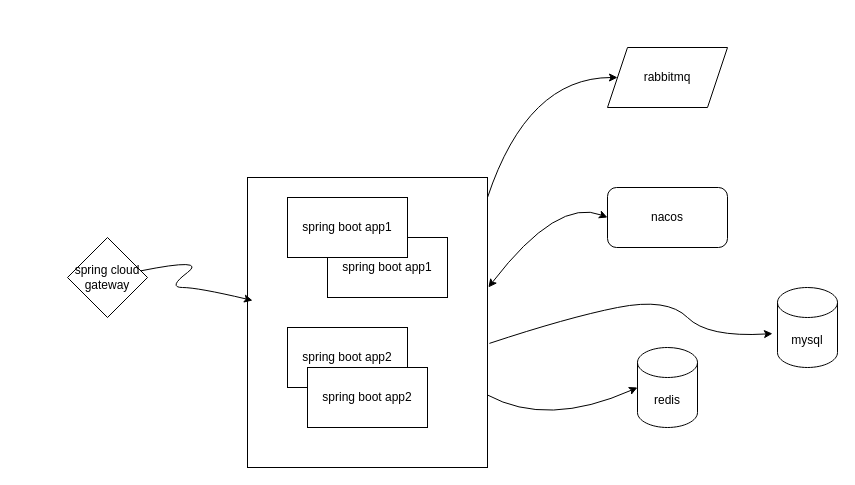
Earlier version of the draw.io diagram docs/分布式微服务架构.drawio (exception-coder/job-interview-log). Source tidied: cells renumbered, new cells numbered last; positions are measured from the earlier drawing's top-left corner, leaving out a move shared by most shapes. Both pictures are drawn from the tidied source at 100%, with x=0, y=0 at pixel (67, 47).
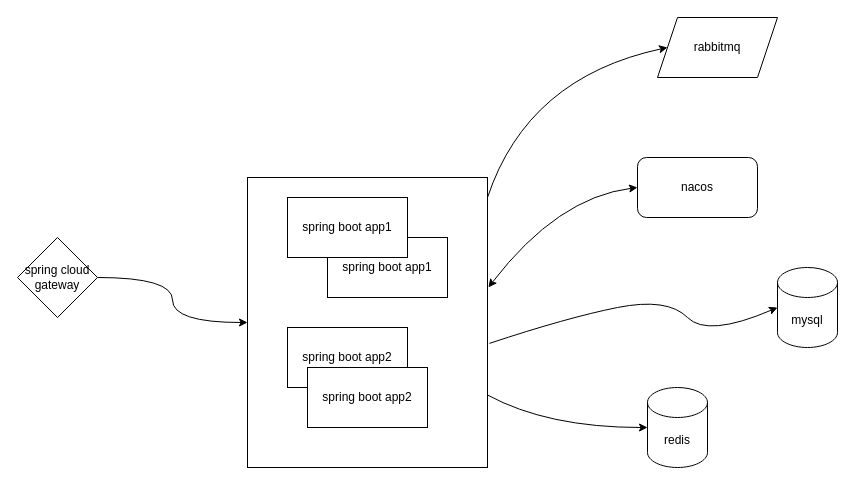
The same page after the edit.

Commit message:
更新分布式微服务架构.drawio

The change refers to these unchanged cells:
```xml
<mxCell id="2" style="rounded=0;whiteSpace=wrap;html=1;" parent="1" vertex="1">
  <mxGeometry x="180" y="130" width="240" height="290" as="geometry" />
</mxCell>
```

The edit, as a diff of the source:
```diff
@@
+    <mxCell id="10" style="edgeStyle=orthogonalEdgeStyle;rounded=0;jettySize=auto;html=1;exitX=1;exitY=0.5;exitDx=0;exitDy=0;curved=1;" parent="1" edge="1" source="3" target="2">
+      <mxGeometry relative="1" as="geometry" />
+    </mxCell>
     <mxCell id="3" value="spring cloud gateway" style="rhombus;whiteSpace=wrap;html=1;" parent="1" vertex="1">
-      <mxGeometry y="190" width="80" height="80" as="geometry" />
+      <mxGeometry x="-50" y="190" width="80" height="80" as="geometry" />
     </mxCell>
     <mxCell id="4" value="nacos" style="rounded=1;whiteSpace=wrap;html=1;" parent="1" vertex="1">
-      <mxGeometry x="540" y="140" width="120" height="60" as="geometry" />
+      <mxGeometry x="570" y="110" width="120" height="60" as="geometry" />
     </mxCell>
@@
-    <mxCell id="10" style="endArrow=classic;html=1;rounded=0;entryX=0.021;entryY=0.424;entryDx=0;entryDy=0;entryPerimeter=0;curved=1;" parent="1" edge="1" source="3" target="2">
-      <mxGeometry relative="1" as="geometry">
-        <Array as="points">
-          <mxPoint x="140" y="210" />
-          <mxPoint x="100" y="240" />
-          <mxPoint x="130" y="240" />
-        </Array>
-      </mxGeometry>
-    </mxCell>
     <mxCell id="11" value="rabbitmq" style="shape=parallelogram;perimeter=parallelogramPerimeter;whiteSpace=wrap;html=1;fixedSize=1;" parent="1" vertex="1">
-      <mxGeometry x="540" width="120" height="60" as="geometry" />
+      <mxGeometry x="590" y="-30" width="120" height="60" as="geometry" />
     </mxCell>
     <mxCell id="12" value="redis" style="shape=cylinder3;whiteSpace=wrap;html=1;boundedLbl=1;backgroundOutline=1;size=15;" parent="1" vertex="1">
-      <mxGeometry x="570" y="300" width="60" height="80" as="geometry" />
+      <mxGeometry x="580" y="340" width="60" height="80" as="geometry" />
     </mxCell>
     <mxCell id="13" value="mysql" style="shape=cylinder3;whiteSpace=wrap;html=1;boundedLbl=1;backgroundOutline=1;size=15;" parent="1" vertex="1">
-      <mxGeometry x="710" y="240" width="60" height="80" as="geometry" />
+      <mxGeometry x="710" y="220" width="60" height="80" as="geometry" />
     </mxCell>
@@
-    <mxCell id="15" style="endArrow=classic;html=1;rounded=0;entryX=0;entryY=0.5;entryDx=0;entryDy=0;entryPerimeter=0;exitX=1.008;exitY=0.572;exitDx=0;exitDy=0;curved=1;exitPerimeter=0;" parent="1" edge="1" source="2">
+    <mxCell id="15" style="endArrow=classic;html=1;rounded=0;entryX=0;entryY=0.5;entryDx=0;entryDy=0;entryPerimeter=0;exitX=1.008;exitY=0.572;exitDx=0;exitDy=0;curved=1;exitPerimeter=0;" parent="1" edge="1" source="2" target="13">
       <mxGeometry relative="1" as="geometry">
-        <mxPoint x="705" y="286.1" as="targetPoint" />
         <Array as="points">
           <mxPoint x="500" y="270" />
           <mxPoint x="600" y="250" />
           <mxPoint x="640" y="290" />
         </Array>
       </mxGeometry>
     </mxCell>
```
